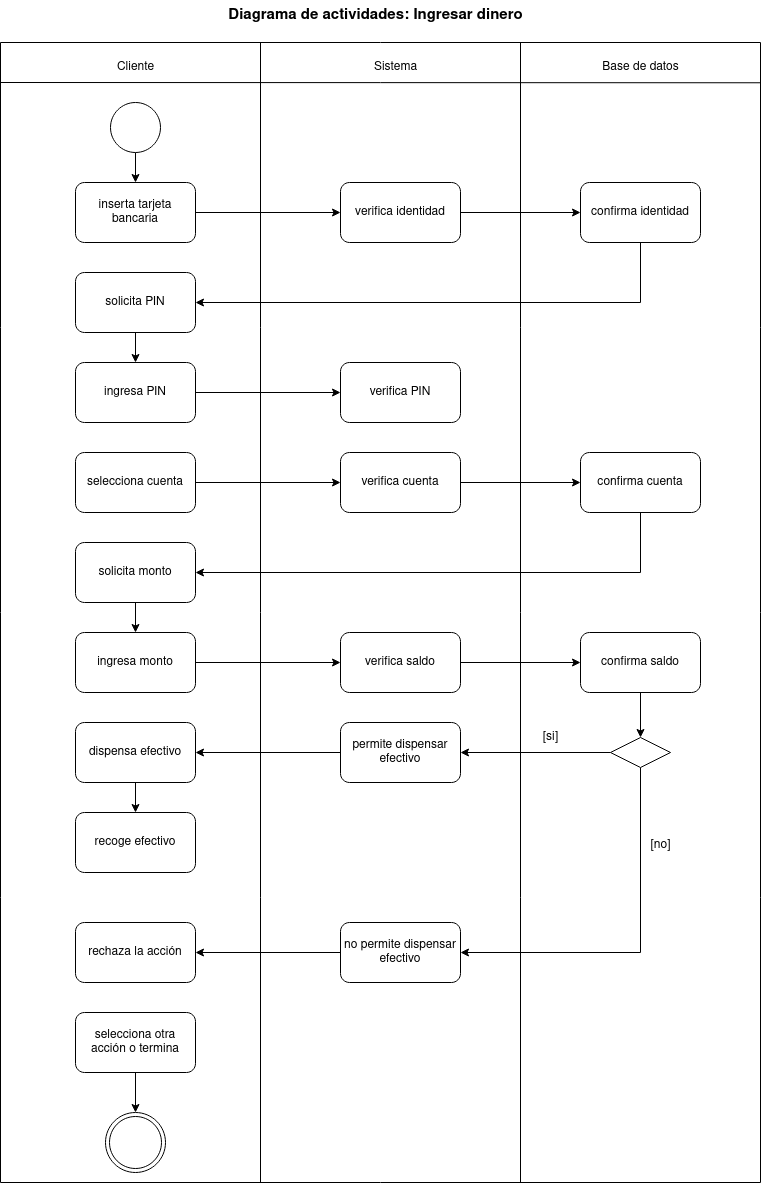
Chugani05/entorno_de_desarrollo keeps this draw.io diagram as diagramas/tarea6 (cajero automatico)/diagrama_actividades_cajero_automatico.png. Above is the earlier version. Source tidied: cells renumbered, new cells last; positions are measured from the earlier drawing's top-left corner, leaving out a move shared by most shapes.
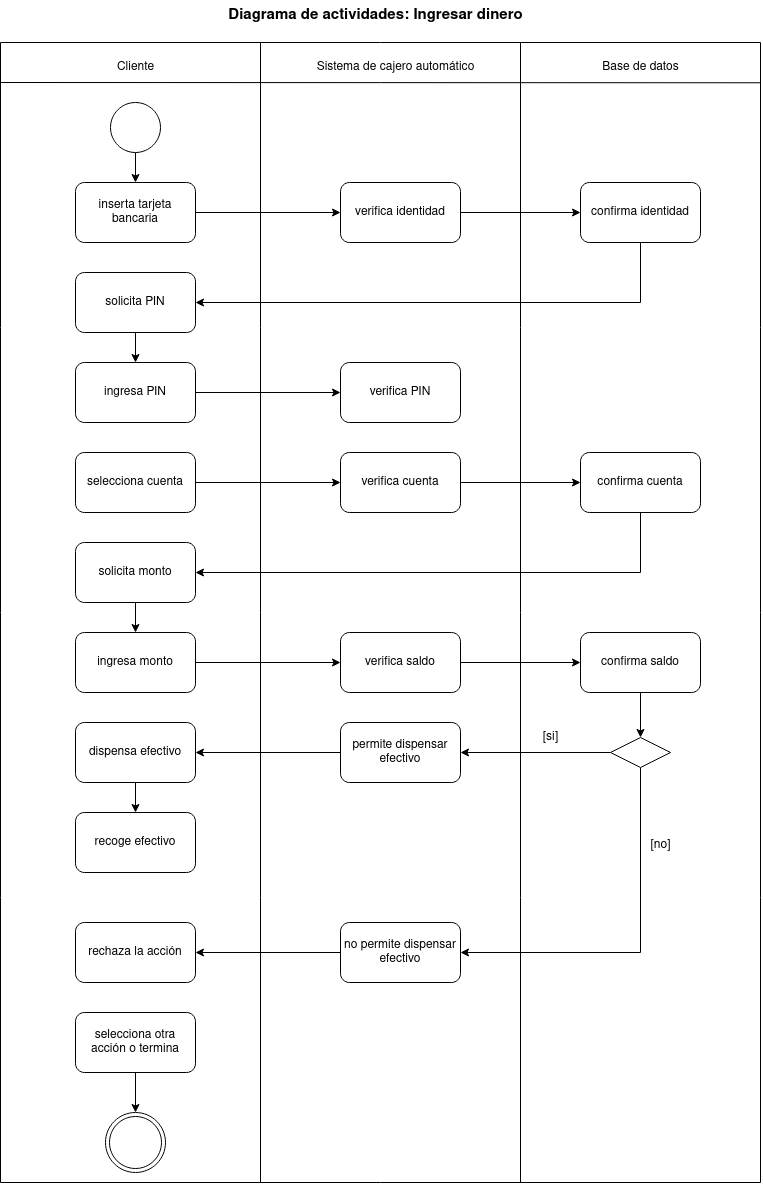
Above is the later version.

The edit, as a diff of the source:
```diff
@@ -59,8 +59,8 @@
     <mxCell id="17" value="Cliente" style="text;html=1;align=center;verticalAlign=middle;strokeColor=none;fillColor=none;" parent="2" vertex="1">
       <mxGeometry x="105" y="10" width="60" height="30" as="geometry" />
     </mxCell>
-    <mxCell id="18" value="Sistema" style="text;html=1;align=center;verticalAlign=middle;strokeColor=none;fillColor=none;" parent="2" vertex="1">
-      <mxGeometry x="360" y="10" width="70" height="30" as="geometry" />
+    <mxCell id="18" value="Sistema de cajero automático" style="text;html=1;align=center;verticalAlign=middle;strokeColor=none;fillColor=none;" parent="2" vertex="1">
+      <mxGeometry x="305" y="10" width="180" height="30" as="geometry" />
     </mxCell>
     <mxCell id="19" value="Base de datos" style="text;html=1;align=center;verticalAlign=middle;strokeColor=none;fillColor=none;" parent="2" vertex="1">
       <mxGeometry x="590" y="10" width="100" height="30" as="geometry" />
```
